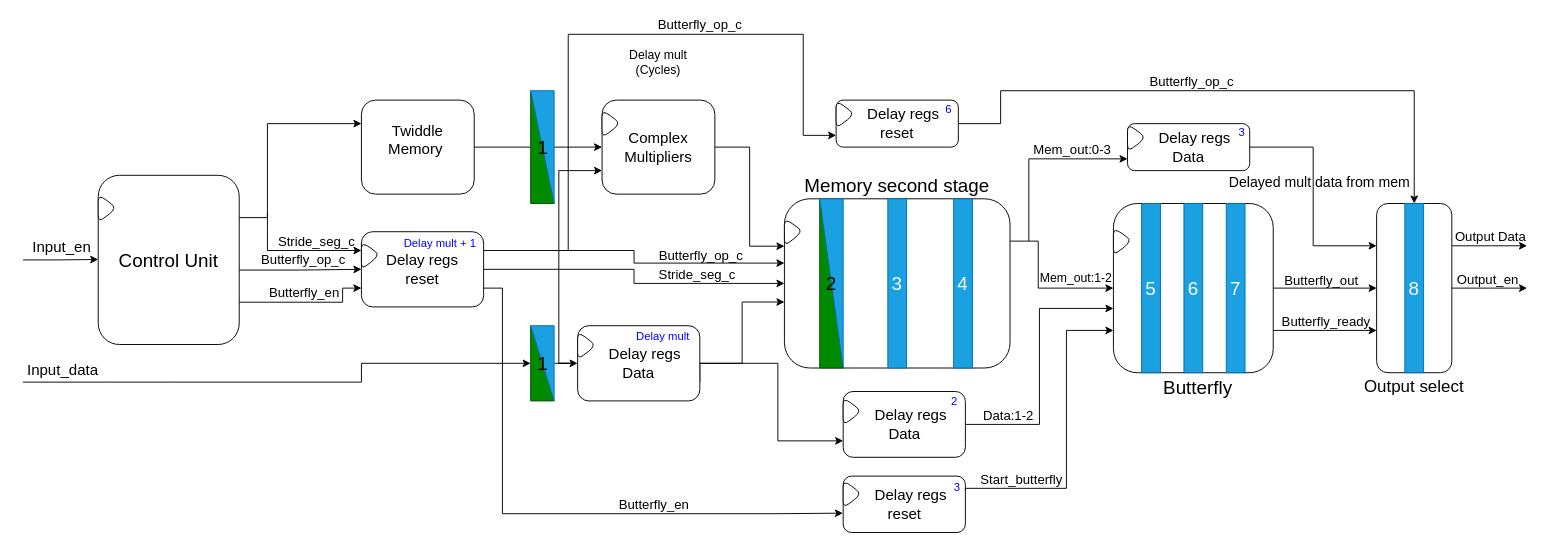
Before: Plots_draw/Split_radix_draws/second_stage.drawio in Chzerdalis/FFT_hardware_accelarator, a draw.io diagram. Source tidied: cells renumbered, new cells numbered last; positions are measured from the earlier drawing's top-left corner, leaving out a move shared by most shapes. Both pictures are drawn from the tidied source at 94%, with x=0, y=0 at pixel (23, 24).
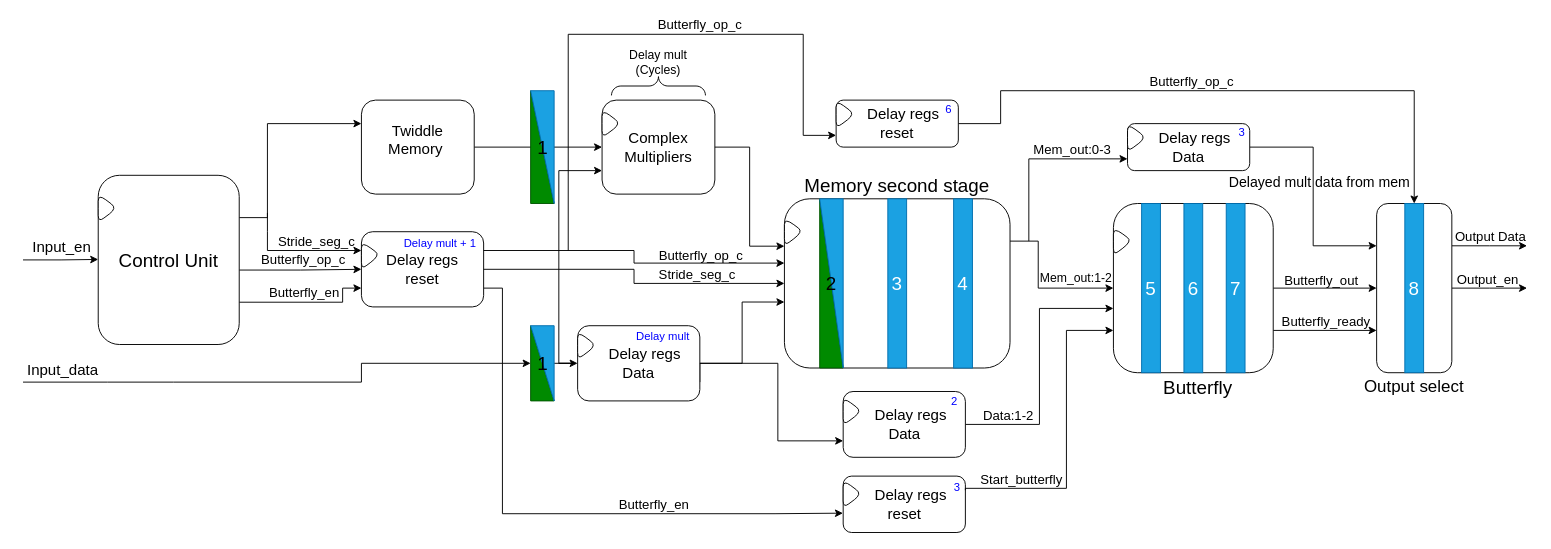
After the change.

The edit, as a diff of the source:
```diff
@@
-    <mxCell id="88" style="verticalLabelPosition=bottom;shadow=0;dashed=0;align=center;html=1;verticalAlign=top;strokeWidth=1;shape=mxgraph.mockup.markup.curlyBrace;whiteSpace=wrap;strokeColor=#FFFFFF;" parent="1" vertex="1">
+    <mxCell id="88" style="verticalLabelPosition=bottom;shadow=0;dashed=0;align=center;html=1;verticalAlign=top;strokeWidth=1;shape=mxgraph.mockup.markup.curlyBrace;whiteSpace=wrap;strokeColor=light-dark(#000000,#000000);fillColor=light-dark(#FFFFFF,#FFFFFF);" parent="1" vertex="1">
       <mxGeometry x="626" y="56" width="100" height="20" as="geometry" />
     </mxCell>
```
